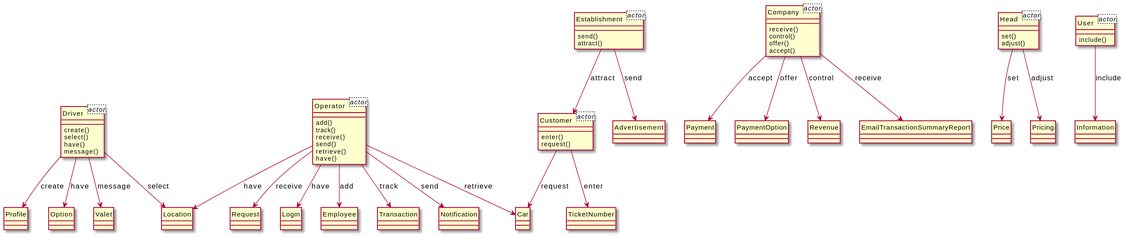
Above: output/diagram_5/2014-USC-Project03.svg in xixixhalu/DomainModelExtractor (PlantUML), before the change. The source it was exported from:
```plantuml
@startuml
hide circle
class Driver<actor> {
}
class Company<actor> {
}
class Establishment<actor> {
}
class Customer<actor> {
}
class Operator<actor> {
}
class Head<actor> {
}
class User<actor> {
}
class Head {
	set()
	adjust()
}
class Price {
}
class Customer {
	enter()
	request()
}
class TicketNumber {
}
class Driver {
	create()
	select()
	have()
	message()
}
class Profile {
}
class Operator {
	add()
	track()
	receive()
	send()
	retrieve()
	have()
}
class Car {
}
class Company {
	receive()
	control()
	offer()
	accept()
}
class Payment {
}
class Option {
}
class Employee {
}
class Establishment {
	send()
	attract()
}
class Advertisement {
}
class Transaction {
}
class User {
	include()
}
class Information {
}
class Notification {
}
class PaymentOption {
}
class Valet {
}
class Revenue {
}
class Location {
}
class EmailTransactionSummaryReport {
}
class Pricing {
}
class Request {
}
class Login {
}
Operator --> Transaction : track
Establishment --> Advertisement : send
Customer --> TicketNumber : enter
Driver --> Valet : message
Company --> Revenue : control
Driver --> Profile : create
Operator --> Location : have
Company --> EmailTransactionSummaryReport : receive
Operator --> Car : retrieve
Driver --> Option : have
Operator --> Employee : add
Head --> Pricing : adjust
Company --> Payment : accept
Establishment --> Customer : attract
Driver --> Location : select
Operator --> Request : receive
User --> Information : include
Operator --> Login : have
Operator --> Notification : send
Customer --> Car : request
Head --> Price : set
Company --> PaymentOption : offer
@enduml
```
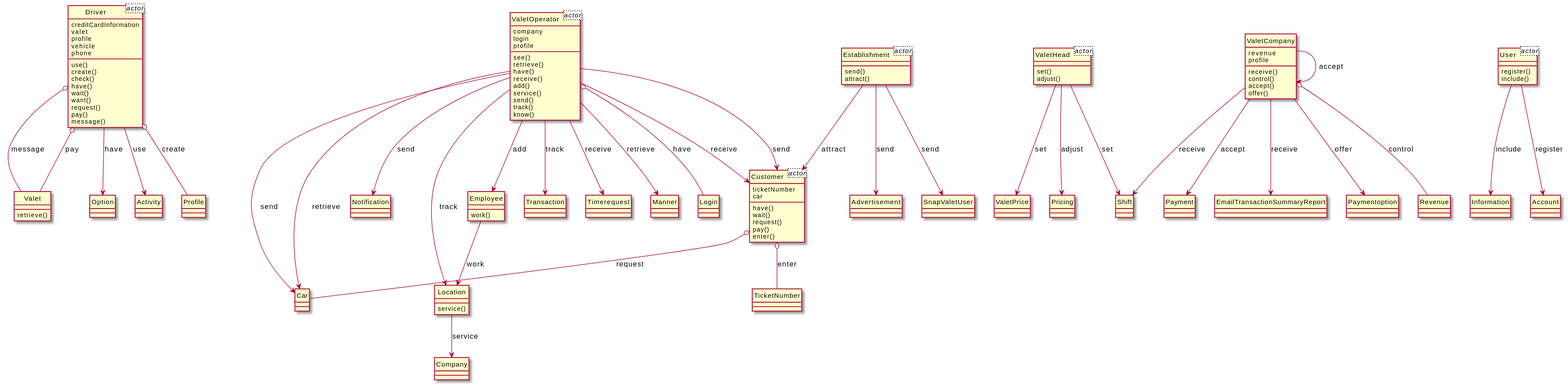
Later version of the same file.

What changed in the source:
```diff
@@ -1,112 +1,161 @@
 @startuml
 hide circle
 class Driver<actor> {
-}
-class Company<actor> {
+	creditCardInformation
+	valet
+	profile
+	vehicle
+	phone
 }
 class Establishment<actor> {
 }
 class Customer<actor> {
+	ticketNumber
+	car
 }
-class Operator<actor> {
+class ValetOperator<actor> {
+	company
+	login
+	profile
 }
-class Head<actor> {
+class ValetHead<actor> {
 }
 class User<actor> {
 }
-class Head {
-	set()
-	adjust()
-}
-class Price {
-}
-class Customer {
-	enter()
-	request()
-}
-class TicketNumber {
+class ValetCompany {
+	revenue
+	profile
+	receive()
+	control()
+	accept()
+	offer()
 }
 class Driver {
+	use()
 	create()
-	select()
+	check()
 	have()
+	wait()
+	want()
+	request()
+	pay()
 	message()
 }
-class Profile {
-}
-class Operator {
-	add()
-	track()
-	receive()
-	send()
+class ValetOperator {
+	see()
 	retrieve()
 	have()
-}
-class Car {
-}
-class Company {
 	receive()
-	control()
-	offer()
-	accept()
-}
-class Payment {
-}
-class Option {
-}
-class Employee {
-}
-class Establishment {
+	add()
+	service()
 	send()
-	attract()
-}
-class Advertisement {
-}
-class Transaction {
+	track()
+	know()
 }
 class User {
+	register()
 	include()
 }
 class Information {
 }
 class Notification {
 }
-class PaymentOption {
+class Location {
+	service()
 }
 class Valet {
+	retrieve()
+}
+class Paymentoption {
+}
+class ValetHead {
+	set()
+	adjust()
+}
+class ValetPrice {
+}
+class Employee {
+	work()
+}
+class Establishment {
+	send()
+	attract()
+}
+class SnapValetUser {
+}
+class Shift {
+}
+class Customer {
+	have()
+	wait()
+	request()
+	pay()
+	enter()
 }
 class Revenue {
 }
-class Location {
+class TicketNumber {
+}
+class Option {
+}
+class Car {
+}
+class Activity {
+}
+class Company {
+}
+class Advertisement {
+}
+class Payment {
+}
+class Transaction {
 }
 class EmailTransactionSummaryReport {
 }
+class Timerequest {
+}
+class Profile {
+}
+class Account {
+}
+class Manner {
+}
 class Pricing {
-}
-class Request {
 }
 class Login {
 }
-Operator --> Transaction : track
+ValetOperator --> Timerequest : receive
+Driver o-- Valet : message
+Employee --> Location : work
+Customer o-- Car : request
+ValetCompany --> Paymentoption : offer
+Driver o-- Profile : create
+Driver o-- Valet : pay
+ValetOperator --> Car : send
+ValetCompany --> ValetCompany : accept
+Establishment --> Customer : attract
+ValetHead --> ValetPrice : set
+User --> Account : register
+Driver --> Activity : use
+ValetOperator --> Employee : add
+ValetOperator --> Manner : retrieve
+Location --> Company : service
+ValetHead --> Pricing : adjust
+ValetCompany --> Shift : receive
+Establishment --> SnapValetUser : send
+ValetOperator --> Car : retrieve
 Establishment --> Advertisement : send
-Customer --> TicketNumber : enter
-Driver --> Valet : message
-Company --> Revenue : control
-Driver --> Profile : create
-Operator --> Location : have
-Company --> EmailTransactionSummaryReport : receive
-Operator --> Car : retrieve
+ValetHead --> Shift : set
+ValetCompany --> Payment : accept
+ValetOperator o-- Login : have
+ValetOperator --> Customer : send
+ValetOperator --> Transaction : track
 Driver --> Option : have
-Operator --> Employee : add
-Head --> Pricing : adjust
-Company --> Payment : accept
-Establishment --> Customer : attract
-Driver --> Location : select
-Operator --> Request : receive
+ValetOperator --> Location : track
 User --> Information : include
-Operator --> Login : have
-Operator --> Notification : send
-Customer --> Car : request
-Head --> Price : set
-Company --> PaymentOption : offer
+ValetCompany --> EmailTransactionSummaryReport : receive
+ValetCompany o-- Revenue : control
+ValetOperator --> Customer : receive
+Customer o-- TicketNumber : enter
+ValetOperator --> Notification : send
 @enduml
```
